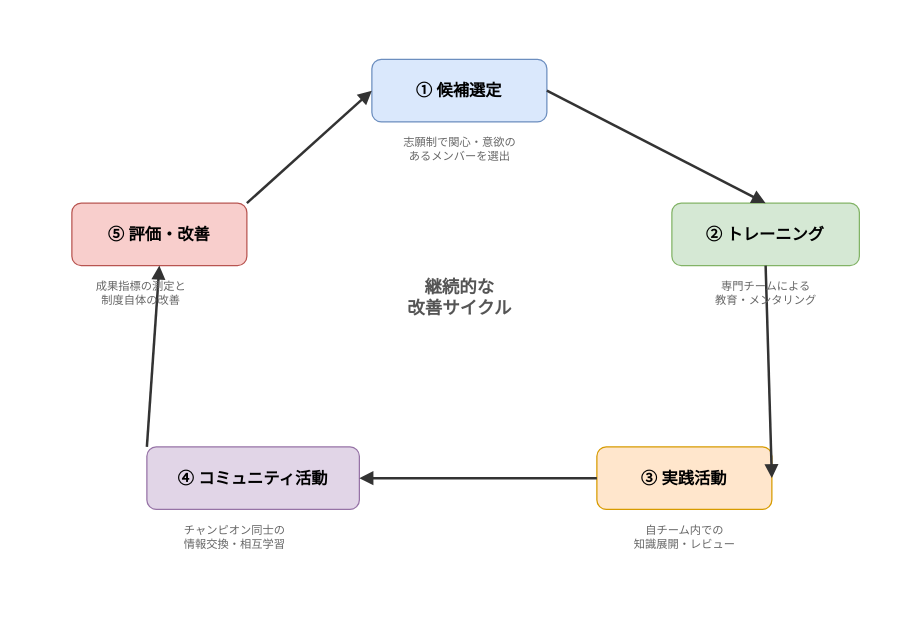
Earlier version of the draw.io diagram docs/90_knowledge/methodology/img/champion-program_basics_cycle.drawio (RyuheiKiso/k1s0). Source tidied: cells renumbered, new cells numbered last; positions are measured from the earlier drawing's top-left corner, leaving out a move shared by most shapes. Both pictures are drawn from the tidied source at 125%, with x=0, y=0 at pixel (21, 21).
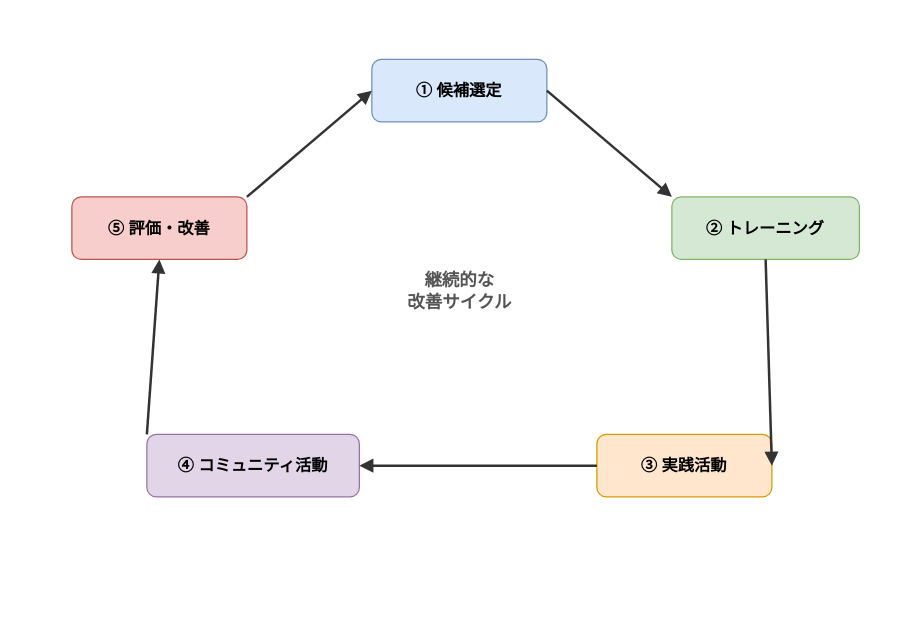
After the change.

Commit message (it also covers changes not shown here):
feat: 新しい機能を追加しました

- 新しいAPIエンドポイントを追加し、データ取得の効率を向上させました。
- ユーザーインターフェースを改善し、ナビゲーションをより直感的にしました。
- バグ修正: 特定の条件下で発生していたクラッシュを修正しました。

The edit, as a diff of the source:
```diff
@@
 <mxGraphModel background="#FFFFFF">
   <root>
     <mxCell id="0" />
     <mxCell id="1" parent="0" />
     <mxCell id="2" style="rounded=0;whiteSpace=wrap;html=1;fillColor=#FFFFFF;strokeColor=none;" parent="1" vertex="1">
-      <mxGeometry width="700" height="480" as="geometry" />
+      <mxGeometry width="700" height="460" as="geometry" />
     </mxCell>
     <mxCell id="3" value="① 候補選定" style="rounded=1;whiteSpace=wrap;html=1;fillColor=#DAE8FC;strokeColor=#6C8EBF;fontStyle=1;fontSize=13;" parent="1" vertex="1">
       <mxGeometry x="280" y="30" width="140" height="50" as="geometry" />
     </mxCell>
     <mxCell id="4" value="② トレーニング" style="rounded=1;whiteSpace=wrap;html=1;fillColor=#D5E8D4;strokeColor=#82B366;fontStyle=1;fontSize=13;" parent="1" vertex="1">
-      <mxGeometry x="520" y="145" width="150" height="50" as="geometry" />
+      <mxGeometry x="520" y="140" width="150" height="50" as="geometry" />
     </mxCell>
     <mxCell id="5" value="③ 実践活動" style="rounded=1;whiteSpace=wrap;html=1;fillColor=#FFE6CC;strokeColor=#D79B00;fontStyle=1;fontSize=13;" parent="1" vertex="1">
-      <mxGeometry x="460" y="340" width="140" height="50" as="geometry" />
+      <mxGeometry x="460" y="330" width="140" height="50" as="geometry" />
     </mxCell>
     <mxCell id="6" value="④ コミュニティ活動" style="rounded=1;whiteSpace=wrap;html=1;fillColor=#E1D5E7;strokeColor=#9673A6;fontStyle=1;fontSize=13;" parent="1" vertex="1">
-      <mxGeometry x="100" y="340" width="170" height="50" as="geometry" />
+      <mxGeometry x="100" y="330" width="170" height="50" as="geometry" />
     </mxCell>
     <mxCell id="7" value="⑤ 評価・改善" style="rounded=1;whiteSpace=wrap;html=1;fillColor=#F8CECC;strokeColor=#B85450;fontStyle=1;fontSize=13;" parent="1" vertex="1">
-      <mxGeometry x="40" y="145" width="140" height="50" as="geometry" />
+      <mxGeometry x="40" y="140" width="140" height="50" as="geometry" />
     </mxCell>
     <mxCell id="8" value="継続的な&#10;改善サイクル" style="text;html=1;fontSize=14;fontStyle=1;align=center;verticalAlign=middle;fillColor=none;strokeColor=none;fontColor=#555555;" parent="1" vertex="1">
-      <mxGeometry x="275" y="195" width="150" height="50" as="geometry" />
+      <mxGeometry x="275" y="190" width="150" height="50" as="geometry" />
     </mxCell>
-    <mxCell id="9" style="rounded=1;curved=1;exitX=1;exitY=0.5;exitDx=0;exitDy=0;entryX=0.5;entryY=0;entryDx=0;entryDy=0;strokeColor=#333333;strokeWidth=2;endArrow=block;endFill=1;" parent="1" edge="1" source="3" target="4">
+    <mxCell id="9" style="rounded=1;curved=1;exitX=1;exitY=0.5;exitDx=0;exitDy=0;entryX=0;entryY=0;entryDx=0;entryDy=0;strokeColor=#333333;strokeWidth=2;endArrow=block;endFill=1;" parent="1" edge="1" source="3" target="4">
       <mxGeometry relative="1" as="geometry" />
     </mxCell>
     <mxCell id="10" style="rounded=1;curved=1;exitX=0.5;exitY=1;exitDx=0;exitDy=0;entryX=1;entryY=0.5;entryDx=0;entryDy=0;strokeColor=#333333;strokeWidth=2;endArrow=block;endFill=1;" parent="1" edge="1" source="4" target="5">
       <mxGeometry relative="1" as="geometry" />
     </mxCell>
     <mxCell id="11" style="rounded=1;curved=1;exitX=0;exitY=0.5;exitDx=0;exitDy=0;entryX=1;entryY=0.5;entryDx=0;entryDy=0;strokeColor=#333333;strokeWidth=2;endArrow=block;endFill=1;" parent="1" edge="1" source="5" target="6">
       <mxGeometry relative="1" as="geometry" />
     </mxCell>
     <mxCell id="12" style="rounded=1;curved=1;exitX=0;exitY=0;exitDx=0;exitDy=0;entryX=0.5;entryY=1;entryDx=0;entryDy=0;strokeColor=#333333;strokeWidth=2;endArrow=block;endFill=1;" parent="1" edge="1" source="6" target="7">
       <mxGeometry relative="1" as="geometry" />
     </mxCell>
     <mxCell id="13" style="rounded=1;curved=1;exitX=1;exitY=0;exitDx=0;exitDy=0;entryX=0;entryY=0.5;entryDx=0;entryDy=0;strokeColor=#333333;strokeWidth=2;endArrow=block;endFill=1;" parent="1" edge="1" source="7" target="3">
       <mxGeometry relative="1" as="geometry" />
     </mxCell>
-    <mxCell id="14" value="志願制で関心・意欲の&#10;あるメンバーを選出" style="text;html=1;fontSize=9;align=center;fontColor=#666666;fillColor=none;strokeColor=none;" parent="1" vertex="1">
-      <mxGeometry x="275" y="85" width="150" height="30" as="geometry" />
-    </mxCell>
-    <mxCell id="15" value="専門チームによる&#10;教育・メンタリング" style="text;html=1;fontSize=9;align=center;fontColor=#666666;fillColor=none;strokeColor=none;" parent="1" vertex="1">
-      <mxGeometry x="530" y="200" width="130" height="30" as="geometry" />
-    </mxCell>
-    <mxCell id="16" value="自チーム内での&#10;知識展開・レビュー" style="text;html=1;fontSize=9;align=center;fontColor=#666666;fillColor=none;strokeColor=none;" parent="1" vertex="1">
-      <mxGeometry x="465" y="395" width="130" height="30" as="geometry" />
-    </mxCell>
-    <mxCell id="17" value="チャンピオン同士の&#10;情報交換・相互学習" style="text;html=1;fontSize=9;align=center;fontColor=#666666;fillColor=none;strokeColor=none;" parent="1" vertex="1">
-      <mxGeometry x="100" y="395" width="140" height="30" as="geometry" />
-    </mxCell>
-    <mxCell id="18" value="成果指標の測定と&#10;制度自体の改善" style="text;html=1;fontSize=9;align=center;fontColor=#666666;fillColor=none;strokeColor=none;" parent="1" vertex="1">
-      <mxGeometry x="30" y="200" width="130" height="30" as="geometry" />
-    </mxCell>
   </root>
 </mxGraphModel>
```
